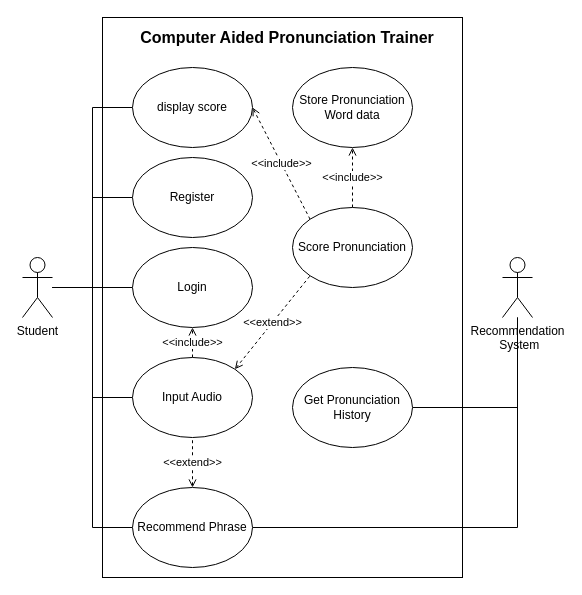
This is be-project-usecase.drawio from Shoumik-Gandre/be-drafts, a draw.io file, before an edit. Source tidied: cells renumbered, new cells numbered last; positions are measured from the earlier drawing's top-left corner, leaving out a move shared by most shapes. Both pictures are drawn from the tidied source at 100%, with x=0, y=0 at pixel (22, 17).
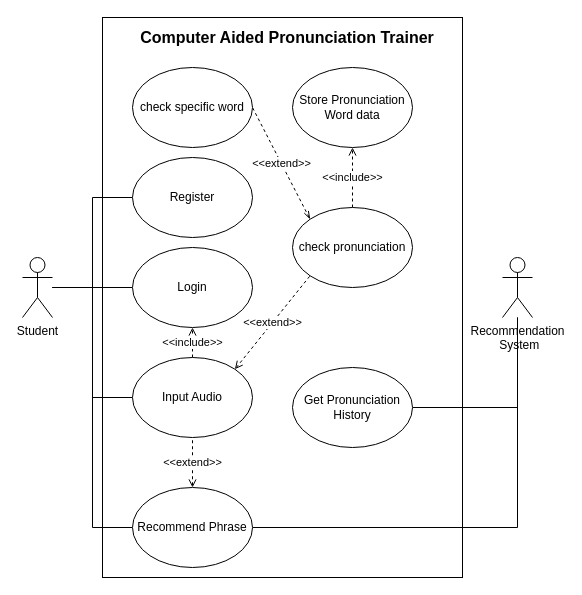
After the change.

Commit message (it also covers changes not shown here):
correct use case diagram

Unchanged cells that the change refers to:
```xml
<mxCell id="8" value="Student" style="shape=umlActor;verticalLabelPosition=bottom;verticalAlign=top;html=1;outlineConnect=0;" parent="1" vertex="1">
  <mxGeometry y="240" width="30" height="60" as="geometry" />
</mxCell>
```

The edit, as a diff of the source:
```diff
@@
-    <mxCell id="3" style="edgeStyle=orthogonalEdgeStyle;rounded=0;jettySize=auto;html=1;entryX=0;entryY=0.5;entryDx=0;entryDy=0;startArrow=none;startFill=0;endArrow=none;endFill=0;" parent="1" edge="1" source="8" target="23">
-      <mxGeometry relative="1" as="geometry" />
-    </mxCell>
@@
-    <mxCell id="13" value="&amp;lt;&amp;lt;include&amp;gt;&amp;gt;" style="rounded=0;jettySize=auto;html=1;exitX=0;exitY=0;exitDx=0;exitDy=0;entryX=1;entryY=0.5;entryDx=0;entryDy=0;startArrow=none;startFill=0;endArrow=open;endFill=0;dashed=1;" parent="1" edge="1" source="14" target="23">
+    <mxCell id="13" value="&amp;lt;&amp;lt;extend&amp;gt;&amp;gt;" style="rounded=0;jettySize=auto;html=1;exitX=0;exitY=0;exitDx=0;exitDy=0;entryX=1;entryY=0.5;entryDx=0;entryDy=0;startArrow=openThin;startFill=0;endArrow=none;endFill=0;dashed=1;" parent="1" edge="1" source="14" target="23">
       <mxGeometry relative="1" as="geometry" />
     </mxCell>
-    <mxCell id="14" value="Score Pronunciation" style="ellipse;whiteSpace=wrap;html=1;" parent="1" vertex="1">
+    <mxCell id="14" value="check pronunciation" style="ellipse;whiteSpace=wrap;html=1;" parent="1" vertex="1">
       <mxGeometry x="270" y="190" width="120" height="80" as="geometry" />
     </mxCell>
@@
-    <mxCell id="23" value="display score" style="ellipse;whiteSpace=wrap;html=1;" parent="1" vertex="1">
+    <mxCell id="23" value="check specific word" style="ellipse;whiteSpace=wrap;html=1;" parent="1" vertex="1">
       <mxGeometry x="110" y="50" width="120" height="80" as="geometry" />
     </mxCell>
```
